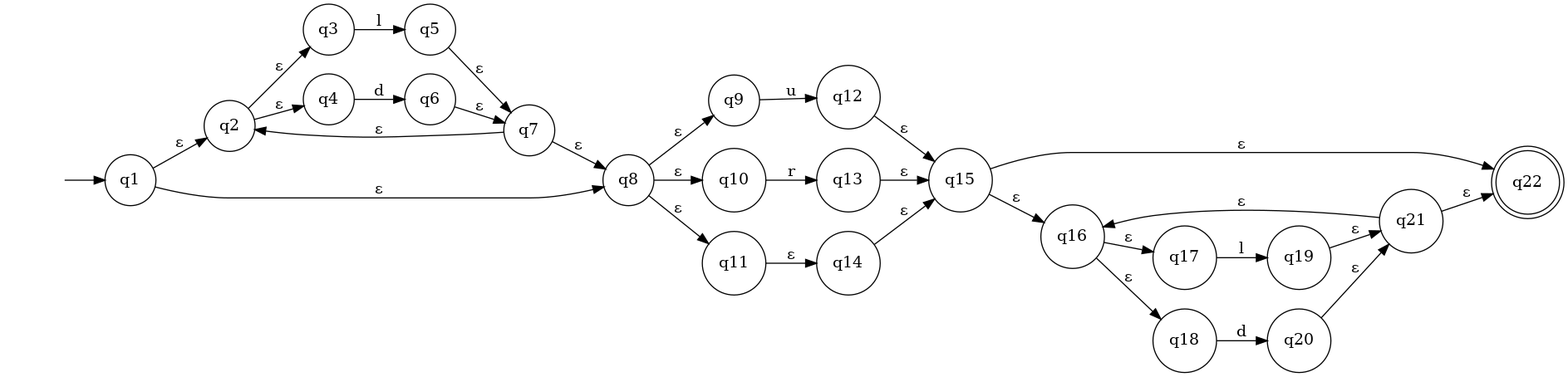
Above: powerexpect.gv.png in itsmeavi/POLmc (Graphviz), before the change. Its source is kept beside it as powerexpect.gv.
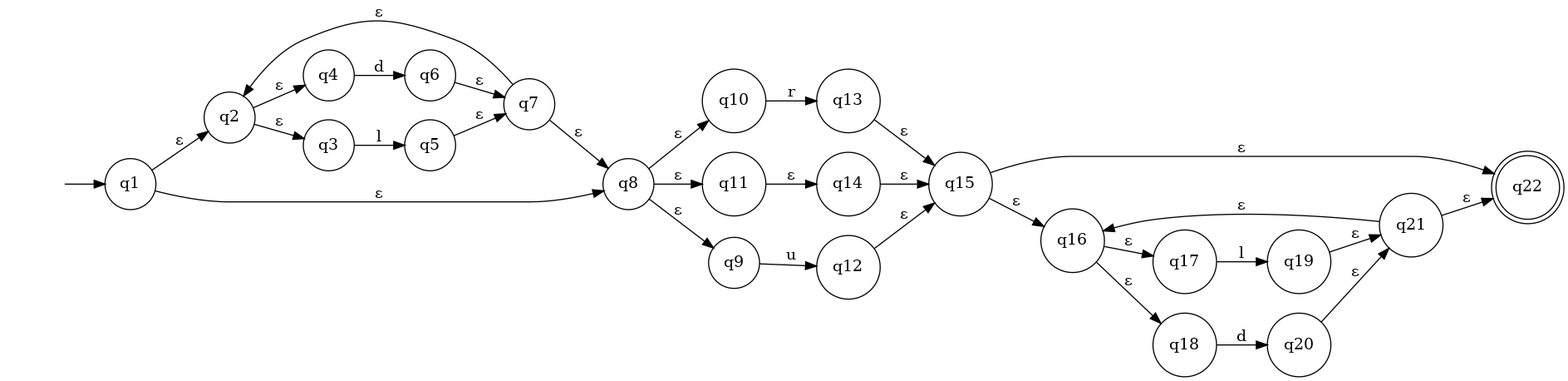
Above is the later version.

Change to the diagram source:
```diff
@@ -2,27 +2,27 @@
 	graph [rankdir=LR]
 	"" [label="" shape=plaintext]
 	q22 [label=q22 shape=doublecircle]
+	q17 [label=q17 shape=circle]
+	q19 [label=q19 shape=circle]
+	q4 [label=q4 shape=circle]
+	q5 [label=q5 shape=circle]
+	q6 [label=q6 shape=circle]
+	q10 [label=q10 shape=circle]
+	q11 [label=q11 shape=circle]
+	q1 [label=q1 shape=circle]
+	q15 [label=q15 shape=circle]
+	q21 [label=q21 shape=circle]
+	q20 [label=q20 shape=circle]
+	q16 [label=q16 shape=circle]
+	q18 [label=q18 shape=circle]
+	q13 [label=q13 shape=circle]
+	q7 [label=q7 shape=circle]
+	q2 [label=q2 shape=circle]
+	q3 [label=q3 shape=circle]
 	q9 [label=q9 shape=circle]
-	q15 [label=q15 shape=circle]
-	q20 [label=q20 shape=circle]
-	q10 [label=q10 shape=circle]
-	q6 [label=q6 shape=circle]
-	q21 [label=q21 shape=circle]
-	q3 [label=q3 shape=circle]
-	q11 [label=q11 shape=circle]
-	q17 [label=q17 shape=circle]
-	q2 [label=q2 shape=circle]
-	q18 [label=q18 shape=circle]
 	q12 [label=q12 shape=circle]
+	q14 [label=q14 shape=circle]
 	q8 [label=q8 shape=circle]
-	q1 [label=q1 shape=circle]
-	q4 [label=q4 shape=circle]
-	q13 [label=q13 shape=circle]
-	q14 [label=q14 shape=circle]
-	q7 [label=q7 shape=circle]
-	q16 [label=q16 shape=circle]
-	q5 [label=q5 shape=circle]
-	q19 [label=q19 shape=circle]
 	"" -> q1 [label=""]
 	q1 -> q2 [label="ε"]
 	q1 -> q8 [label="ε"]
@@ -34,8 +34,8 @@
 	q6 -> q7 [label="ε"]
 	q7 -> q2 [label="ε"]
 	q7 -> q8 [label="ε"]
+	q8 -> q9 [label="ε"]
 	q8 -> q11 [label="ε"]
-	q8 -> q9 [label="ε"]
 	q8 -> q10 [label="ε"]
 	q9 -> q12 [label=u]
 	q10 -> q13 [label=r]
```
